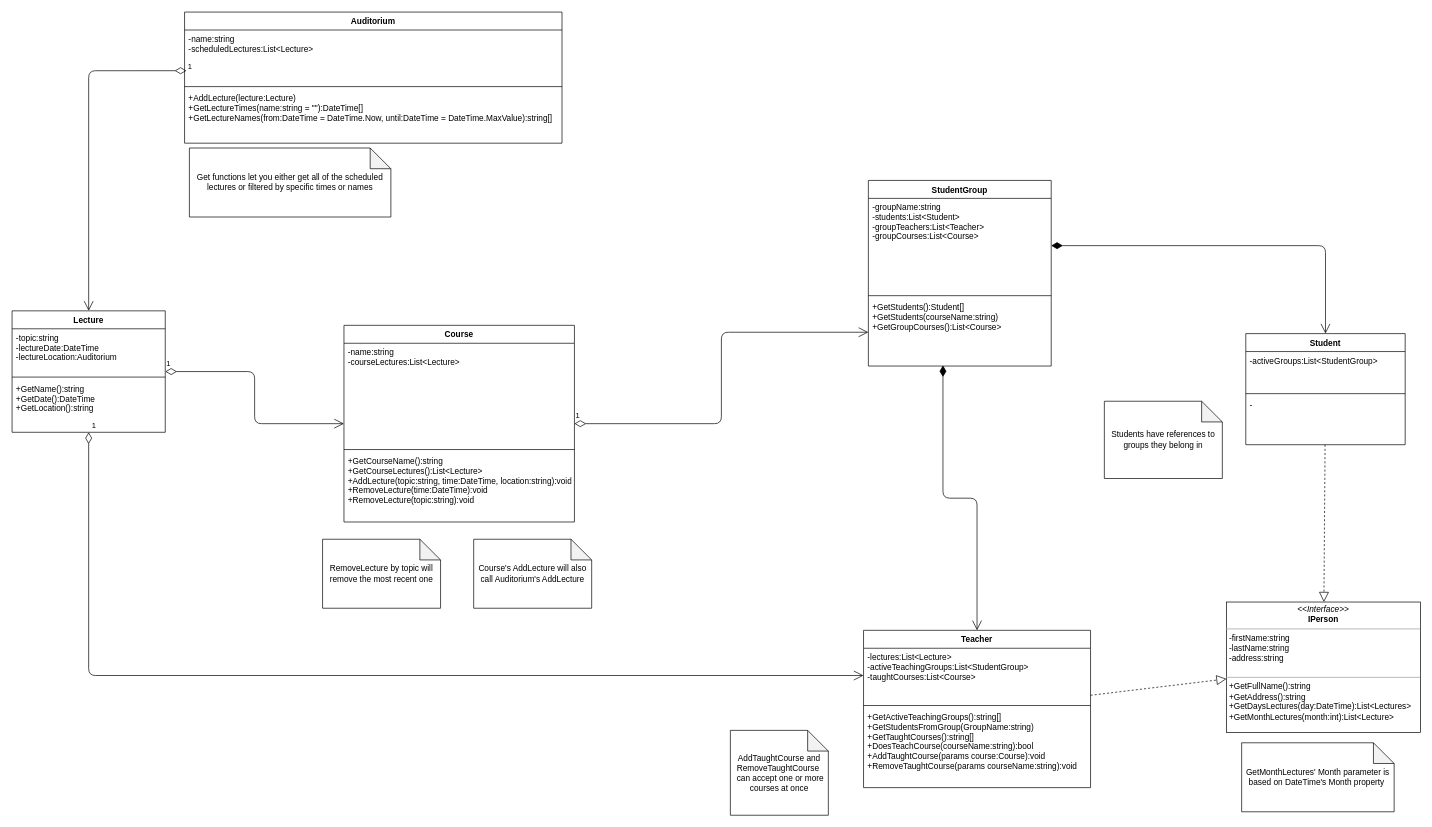
Earlier version of the draw.io diagram University.drawio (igor2080/University). Source tidied: cells renumbered, new cells numbered last; positions are measured from the earlier drawing's top-left corner, leaving out a move shared by most shapes. Both pictures are drawn from the tidied source at 69%, with x=0, y=0 at pixel (12, 12).
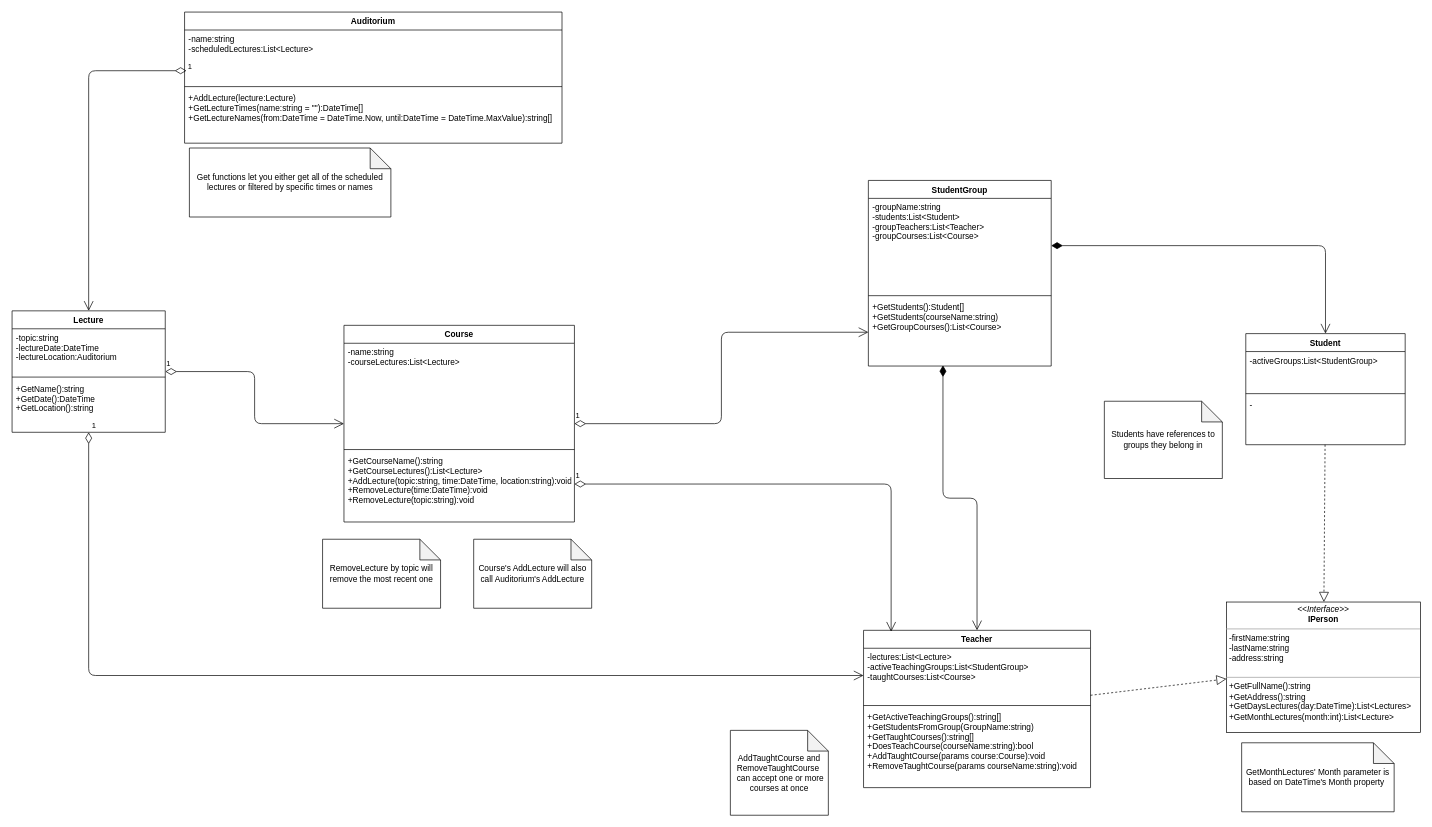
After the change.

Commit message (it also covers changes not shown here):
added missing arrow for teacher and courses

Unchanged cells that the change refers to:
```xml
<mxCell id="9" value="+GetCourseName():string&#10;+GetCourseLectures():List&lt;Lecture&gt;&#10;+AddLecture(topic:string, time:DateTime, location:string):void&#10;+RemoveLecture(time:DateTime):void&#10;+RemoveLecture(topic:string):void" style="text;strokeColor=none;fillColor=none;align=left;verticalAlign=top;spacingLeft=4;spacingRight=4;overflow=hidden;points=[[0,0.5],[1,0.5]];portConstraint=eastwest;" parent="6" vertex="1">
  <mxGeometry y="184" width="334" height="101" as="geometry" />
</mxCell>
```

What changed in the source:
```diff
@@
+    <mxCell id="41" value="1" style="endArrow=open;html=1;endSize=12;startArrow=diamondThin;startSize=14;startFill=0;edgeStyle=orthogonalEdgeStyle;align=left;verticalAlign=bottom;" parent="1" edge="1" source="9">
+      <mxGeometry x="-1" y="3" relative="1" as="geometry">
+        <mxPoint x="1274" y="898" as="targetPoint" />
+        <Array as="points">
+          <mxPoint x="1274" y="684" />
+        </Array>
+      </mxGeometry>
+    </mxCell>
```
